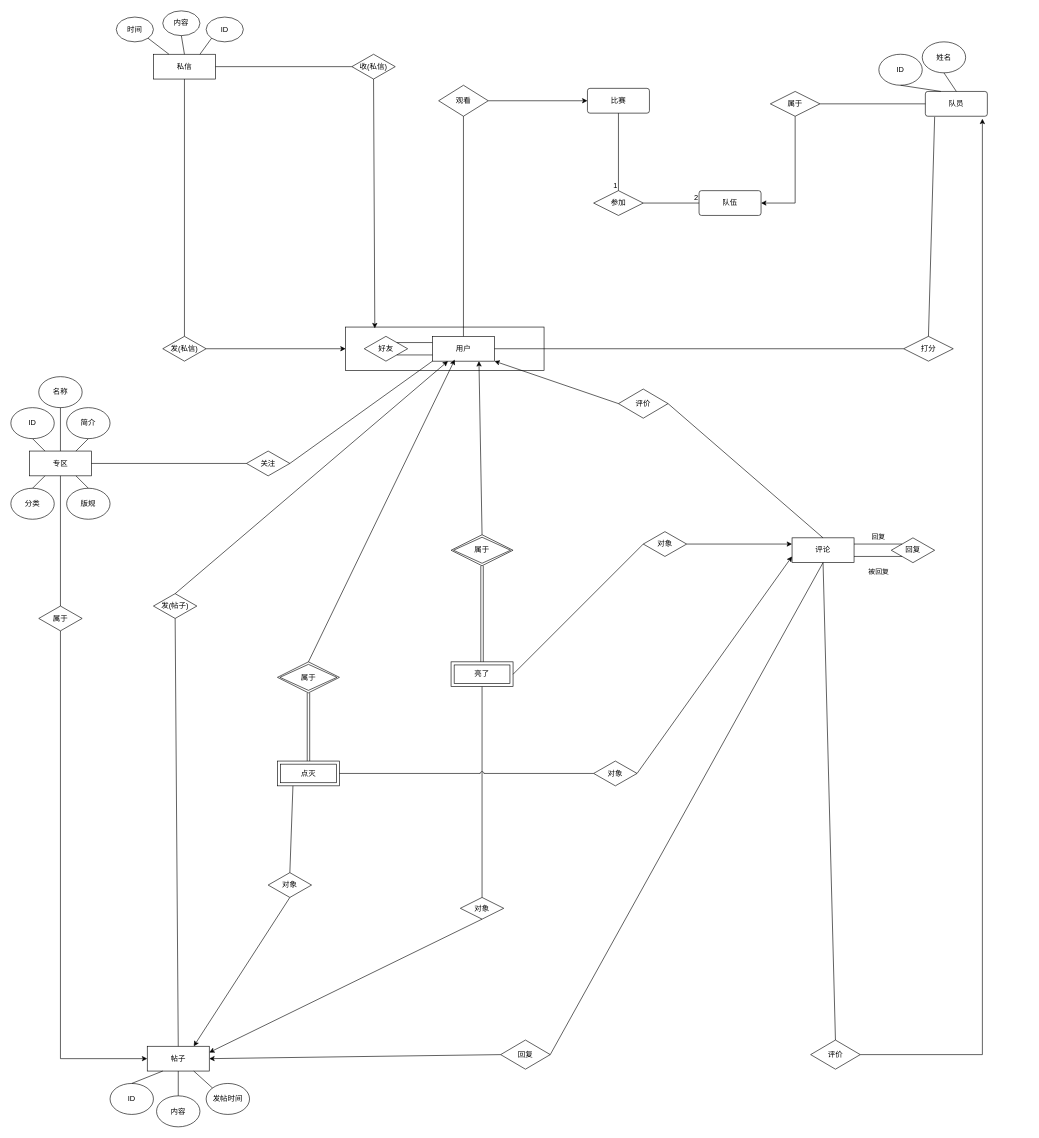
The draw.io diagram 虎扑ER.drawio in ssssszj/Drawio, before the edit. Source tidied: cells renumbered, new cells numbered last; positions are measured from the earlier drawing's top-left corner, leaving out a move shared by most shapes. Both pictures are drawn from the tidied source at 62%, with x=0, y=0 at pixel (11, 11).
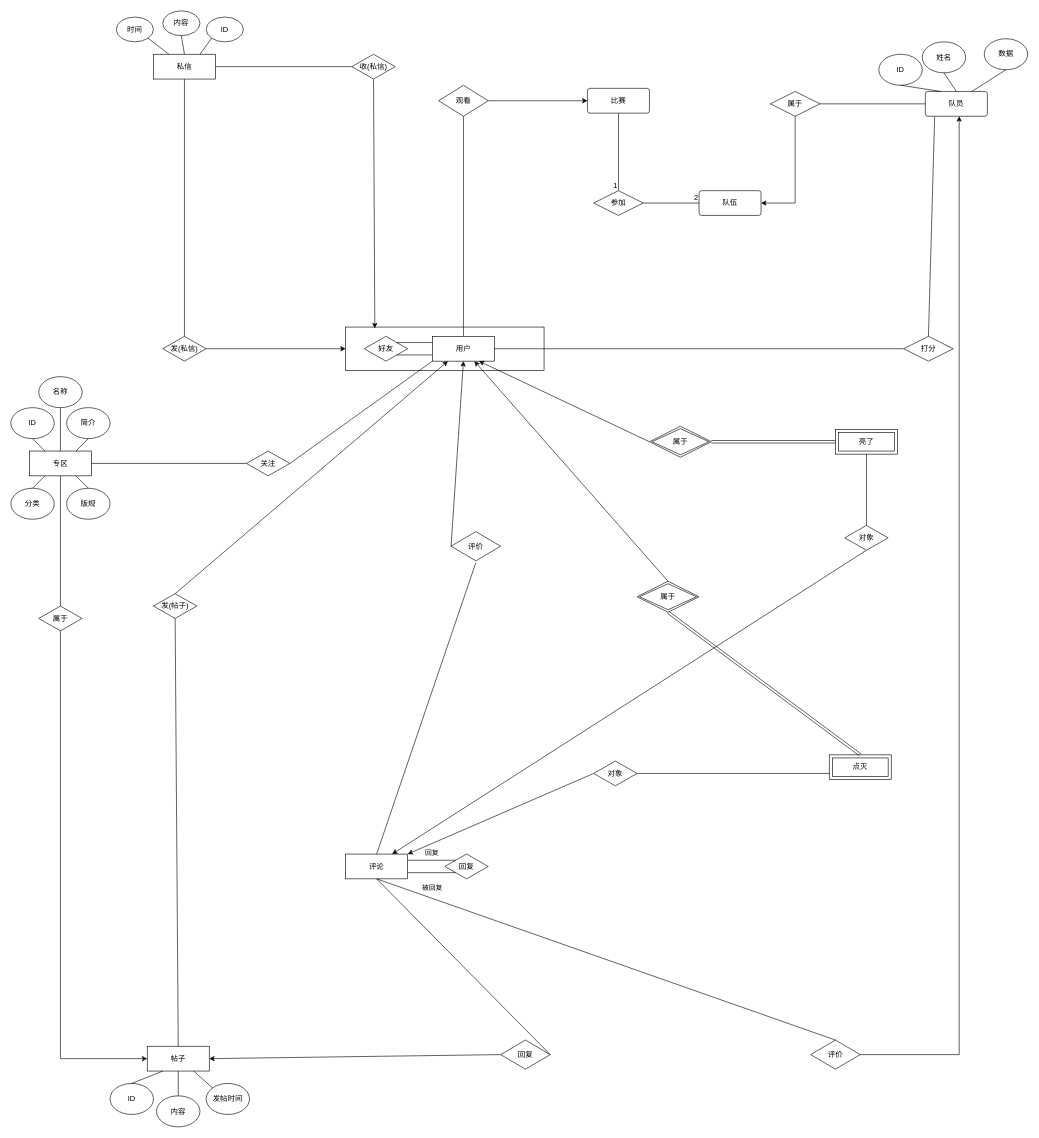
The same diagram, later.

Unchanged cells that the change refers to:
```xml
<mxCell id="3" value="用户" style="whiteSpace=wrap;html=1;align=center;" parent="1" vertex="1">
  <mxGeometry x="680" y="525" width="100" height="40" as="geometry" />
</mxCell>
<mxCell id="4" value="帖子" style="whiteSpace=wrap;html=1;align=center;" parent="1" vertex="1">
  <mxGeometry x="220" y="1670" width="100" height="40" as="geometry" />
</mxCell>
<mxCell id="12" value="队员" style="rounded=1;arcSize=10;whiteSpace=wrap;html=1;align=center;" parent="1" vertex="1">
  <mxGeometry x="1475" y="130" width="100" height="40" as="geometry" />
</mxCell>
<mxCell id="26" value="评价" style="rhombus;whiteSpace=wrap;html=1;" parent="1" vertex="1">
  <mxGeometry x="1290" y="1660" width="80" height="47" as="geometry" />
</mxCell>
<mxCell id="74" value="对象" style="shape=rhombus;perimeter=rhombusPerimeter;whiteSpace=wrap;html=1;align=center;" parent="1" vertex="1">
  <mxGeometry x="940" y="1210" width="70" height="40" as="geometry" />
</mxCell>
```

Change to the diagram source:
```diff
@@
     <mxCell id="7" value="评论" style="whiteSpace=wrap;html=1;align=center;" parent="1" vertex="1">
-      <mxGeometry x="1260" y="850" width="100" height="40" as="geometry" />
+      <mxGeometry x="540" y="1360" width="100" height="40" as="geometry" />
     </mxCell>
     <mxCell id="8" value="亮了" style="shape=ext;margin=3;double=1;whiteSpace=wrap;html=1;align=center;" parent="1" vertex="1">
-      <mxGeometry x="710" y="1050" width="100" height="40" as="geometry" />
+      <mxGeometry x="1330" y="675" width="100" height="40" as="geometry" />
     </mxCell>
     <mxCell id="9" value="点灭" style="shape=ext;margin=3;double=1;whiteSpace=wrap;html=1;align=center;" parent="1" vertex="1">
-      <mxGeometry x="430" y="1210" width="100" height="40" as="geometry" />
+      <mxGeometry x="1320" y="1200" width="100" height="40" as="geometry" />
     </mxCell>
@@
-    <mxCell id="25" style="edgeStyle=orthogonalEdgeStyle;rounded=0;jettySize=auto;html=1;entryX=0.92;entryY=1.1;entryDx=0;entryDy=0;entryPerimeter=0;" parent="1" edge="1" source="26" target="12">
-      <mxGeometry relative="1" as="geometry" />
+    <mxCell id="25" style="edgeStyle=orthogonalEdgeStyle;rounded=0;jettySize=auto;html=1;entryX=0.546;entryY=1;entryDx=0;entryDy=0;entryPerimeter=0;" parent="1" edge="1" source="26" target="12">
+      <mxGeometry relative="1" as="geometry">
+        <Array as="points">
+          <mxPoint x="1530" y="1683" />
+          <mxPoint x="1530" y="170" />
+        </Array>
+      </mxGeometry>
     </mxCell>
@@
     <mxCell id="28" value="属于" style="shape=rhombus;double=1;perimeter=rhombusPerimeter;whiteSpace=wrap;html=1;align=center;" parent="1" vertex="1">
-      <mxGeometry x="430" y="1050" width="100" height="50" as="geometry" />
+      <mxGeometry x="1010" y="920" width="100" height="50" as="geometry" />
     </mxCell>
@@
     <mxCell id="32" value="属于" style="shape=rhombus;double=1;perimeter=rhombusPerimeter;whiteSpace=wrap;html=1;align=center;" parent="1" vertex="1">
-      <mxGeometry x="710" y="845" width="100" height="50" as="geometry" />
+      <mxGeometry x="1030" y="670" width="100" height="50" as="geometry" />
     </mxCell>
-    <mxCell id="33" style="shape=link;html=1;rounded=0;exitX=0.5;exitY=1;exitDx=0;exitDy=0;entryX=0.5;entryY=0;entryDx=0;entryDy=0;" parent="1" edge="1" source="32" target="8">
+    <mxCell id="33" style="shape=link;html=1;rounded=0;exitX=1;exitY=0.5;exitDx=0;exitDy=0;entryX=0;entryY=0.5;entryDx=0;entryDy=0;" parent="1" edge="1" source="32" target="8">
       <mxGeometry relative="1" as="geometry" />
     </mxCell>
@@
     <mxCell id="37" value="评价" style="rhombus;whiteSpace=wrap;html=1;" parent="1" vertex="1">
-      <mxGeometry x="980" y="610" width="80" height="47" as="geometry" />
+      <mxGeometry x="710" y="840" width="80" height="47" as="geometry" />
     </mxCell>
-    <mxCell id="38" style="endArrow=none;html=1;rounded=0;exitX=1;exitY=0.5;exitDx=0;exitDy=0;entryX=0.5;entryY=0;entryDx=0;entryDy=0;" parent="1" edge="1" source="37" target="7">
-      <mxGeometry relative="1" as="geometry" />
+    <mxCell id="38" style="endArrow=none;html=1;rounded=0;entryX=0.5;entryY=0;entryDx=0;entryDy=0;" parent="1" edge="1" target="7">
+      <mxGeometry relative="1" as="geometry">
+        <mxPoint x="750" y="890" as="sourcePoint" />
+      </mxGeometry>
     </mxCell>
-    <mxCell id="39" style="endArrow=classic;html=1;rounded=0;exitX=0;exitY=0.5;exitDx=0;exitDy=0;entryX=1;entryY=1;entryDx=0;entryDy=0;" parent="1" edge="1" source="37" target="3">
+    <mxCell id="39" style="endArrow=classic;html=1;rounded=0;exitX=0;exitY=0.5;exitDx=0;exitDy=0;entryX=0.5;entryY=1;entryDx=0;entryDy=0;" parent="1" edge="1" source="37" target="3">
       <mxGeometry relative="1" as="geometry" />
     </mxCell>
@@
     <mxCell id="53" value="回复" style="shape=rhombus;perimeter=rhombusPerimeter;whiteSpace=wrap;html=1;align=center;direction=west;" parent="1" vertex="1">
-      <mxGeometry x="1420" y="850" width="70" height="40" as="geometry" />
+      <mxGeometry x="700" y="1360" width="70" height="40" as="geometry" />
     </mxCell>
@@
     <mxCell id="56" value="&lt;font style=&quot;font-size: 11px;&quot;&gt;被回复&lt;/font&gt;" style="text;html=1;strokeColor=none;fillColor=none;align=center;verticalAlign=middle;whiteSpace=wrap;rounded=0;" parent="1" vertex="1">
-      <mxGeometry x="1370" y="890" width="60" height="30" as="geometry" />
+      <mxGeometry x="650" y="1400" width="60" height="30" as="geometry" />
     </mxCell>
@@
-    <mxCell id="64" style="endArrow=classic;html=1;rounded=0;entryX=0.75;entryY=1;entryDx=0;entryDy=0;exitX=0.5;exitY=0;exitDx=0;exitDy=0;" parent="1" edge="1" source="32" target="3">
+    <mxCell id="64" style="endArrow=classic;html=1;rounded=0;entryX=0.75;entryY=1;entryDx=0;entryDy=0;exitX=0;exitY=0.5;exitDx=0;exitDy=0;" parent="1" edge="1" source="32" target="3">
       <mxGeometry relative="1" as="geometry" />
     </mxCell>
-    <mxCell id="65" style="endArrow=classic;html=1;rounded=0;entryX=0.36;entryY=0.938;entryDx=0;entryDy=0;entryPerimeter=0;exitX=0.5;exitY=0;exitDx=0;exitDy=0;" parent="1" edge="1" source="28" target="3">
+    <mxCell id="65" style="endArrow=classic;html=1;rounded=0;exitX=0.5;exitY=0;exitDx=0;exitDy=0;" parent="1" edge="1" source="28" target="3">
       <mxGeometry relative="1" as="geometry" />
     </mxCell>
-    <mxCell id="66" value="对象" style="shape=rhombus;perimeter=rhombusPerimeter;whiteSpace=wrap;html=1;align=center;" parent="1" vertex="1">
-      <mxGeometry x="415" y="1390" width="70" height="40" as="geometry" />
-    </mxCell>
-    <mxCell id="67" style="endArrow=none;html=1;rounded=0;entryX=0.25;entryY=1;entryDx=0;entryDy=0;exitX=0.5;exitY=0;exitDx=0;exitDy=0;" parent="1" edge="1" source="66" target="9">
-      <mxGeometry relative="1" as="geometry" />
-    </mxCell>
-    <mxCell id="68" style="endArrow=classic;html=1;rounded=0;entryX=0.75;entryY=0;entryDx=0;entryDy=0;exitX=0.5;exitY=1;exitDx=0;exitDy=0;" parent="1" edge="1" source="66" target="4">
-      <mxGeometry relative="1" as="geometry" />
-    </mxCell>
-    <mxCell id="69" value="对象" style="rhombus;whiteSpace=wrap;html=1;" parent="1" vertex="1">
-      <mxGeometry x="725" y="1430" width="70" height="35" as="geometry" />
-    </mxCell>
-    <mxCell id="70" style="endArrow=none;html=1;rounded=0;entryX=0.5;entryY=1;entryDx=0;entryDy=0;exitX=0.5;exitY=0;exitDx=0;exitDy=0;" parent="1" edge="1" source="69" target="8">
-      <mxGeometry relative="1" as="geometry" />
-    </mxCell>
-    <mxCell id="71" style="endArrow=classic;html=1;rounded=0;entryX=1;entryY=0.25;entryDx=0;entryDy=0;exitX=0.5;exitY=1;exitDx=0;exitDy=0;" parent="1" edge="1" source="69" target="4">
-      <mxGeometry relative="1" as="geometry" />
-    </mxCell>
-    <mxCell id="72" style="endArrow=none;html=1;rounded=0;entryX=1;entryY=0.5;entryDx=0;entryDy=0;exitX=0;exitY=0.5;exitDx=0;exitDy=0;jumpStyle=arc;" parent="1" edge="1" source="74" target="9">
+    <mxCell id="72" style="endArrow=none;html=1;rounded=0;entryX=0;entryY=0.75;entryDx=0;entryDy=0;exitX=1;exitY=0.5;exitDx=0;exitDy=0;jumpStyle=arc;" parent="1" edge="1" source="74" target="9">
       <mxGeometry relative="1" as="geometry" />
     </mxCell>
-    <mxCell id="73" style="endArrow=classic;html=1;rounded=0;entryX=0;entryY=0.75;entryDx=0;entryDy=0;exitX=1;exitY=0.5;exitDx=0;exitDy=0;" parent="1" edge="1" source="74" target="7">
-      <mxGeometry relative="1" as="geometry" />
+    <mxCell id="73" style="endArrow=classic;html=1;rounded=0;exitX=0;exitY=0.5;exitDx=0;exitDy=0;" parent="1" edge="1" source="74">
+      <mxGeometry relative="1" as="geometry">
+        <mxPoint x="640" y="1360" as="targetPoint" />
+      </mxGeometry>
     </mxCell>
@@
-    <mxCell id="75" style="endArrow=none;html=1;rounded=0;entryX=1;entryY=0.5;entryDx=0;entryDy=0;exitX=0;exitY=0.5;exitDx=0;exitDy=0;" parent="1" edge="1" source="77" target="8">
+    <mxCell id="75" style="endArrow=none;html=1;rounded=0;entryX=0.5;entryY=1;entryDx=0;entryDy=0;exitX=0.5;exitY=0;exitDx=0;exitDy=0;" parent="1" edge="1" source="77" target="8">
       <mxGeometry relative="1" as="geometry" />
     </mxCell>
-    <mxCell id="76" style="endArrow=classic;html=1;rounded=0;entryX=0;entryY=0.25;entryDx=0;entryDy=0;exitX=1;exitY=0.5;exitDx=0;exitDy=0;" parent="1" edge="1" source="77" target="7">
+    <mxCell id="76" style="endArrow=classic;html=1;rounded=0;exitX=0.5;exitY=1;exitDx=0;exitDy=0;entryX=0.75;entryY=0;entryDx=0;entryDy=0;" parent="1" edge="1" source="77" target="7">
       <mxGeometry relative="1" as="geometry" />
     </mxCell>
     <mxCell id="77" value="对象" style="shape=rhombus;perimeter=rhombusPerimeter;whiteSpace=wrap;html=1;align=center;" parent="1" vertex="1">
-      <mxGeometry x="1020" y="840" width="70" height="40" as="geometry" />
+      <mxGeometry x="1345" y="830" width="70" height="40" as="geometry" />
     </mxCell>
@@
+    <mxCell id="104" value="数据" style="ellipse;whiteSpace=wrap;html=1;" parent="1" vertex="1">
+      <mxGeometry x="1570" y="45" width="70" height="50" as="geometry" />
+    </mxCell>
+    <mxCell id="105" style="endArrow=none;html=1;rounded=0;entryX=0.5;entryY=1;entryDx=0;entryDy=0;exitX=0.75;exitY=0;exitDx=0;exitDy=0;" parent="1" edge="1" source="12" target="104">
+      <mxGeometry relative="1" as="geometry" />
+    </mxCell>
```
